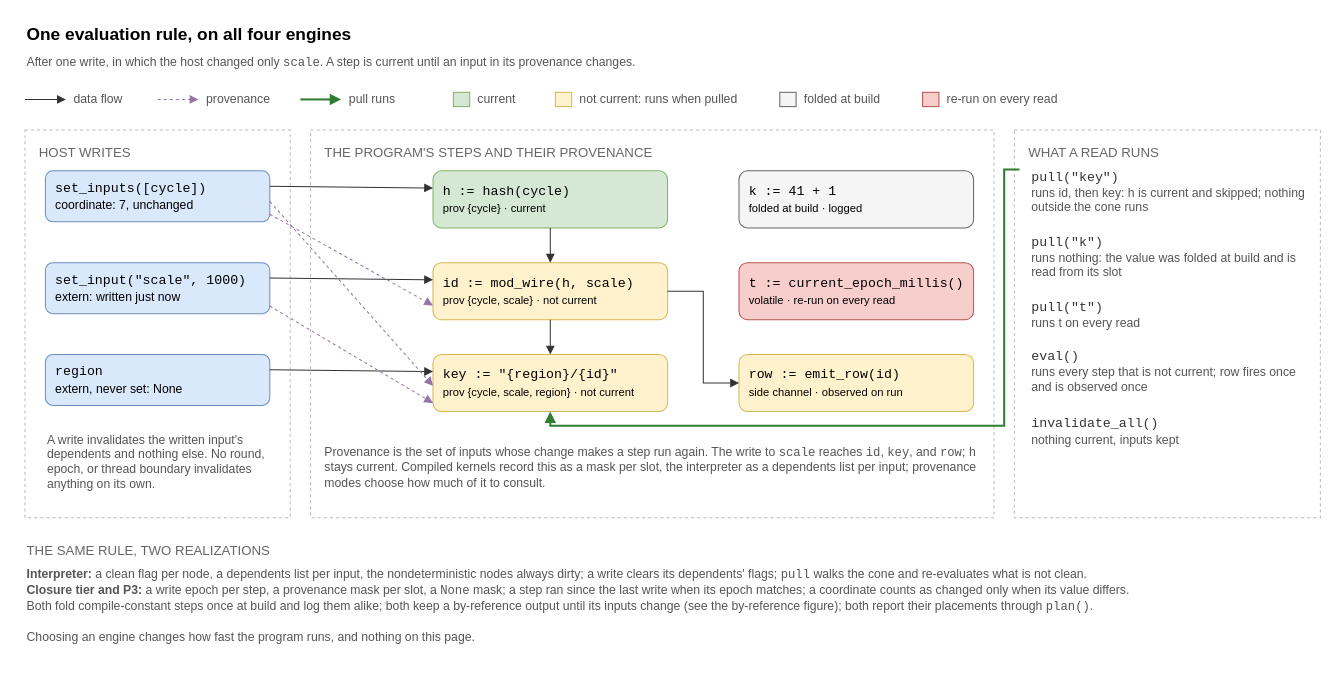
Above: crates/polydat/docs/diagrams/evaluation_rule.drawio in nosqlbench/polydat (draw.io), before the change. Source tidied: cells renumbered, new cells numbered last; positions are measured from the earlier drawing's top-left corner, leaving out a move shared by most shapes. Both pictures are drawn from the tidied source at 102%, with x=0, y=0 at pixel (24, 17).
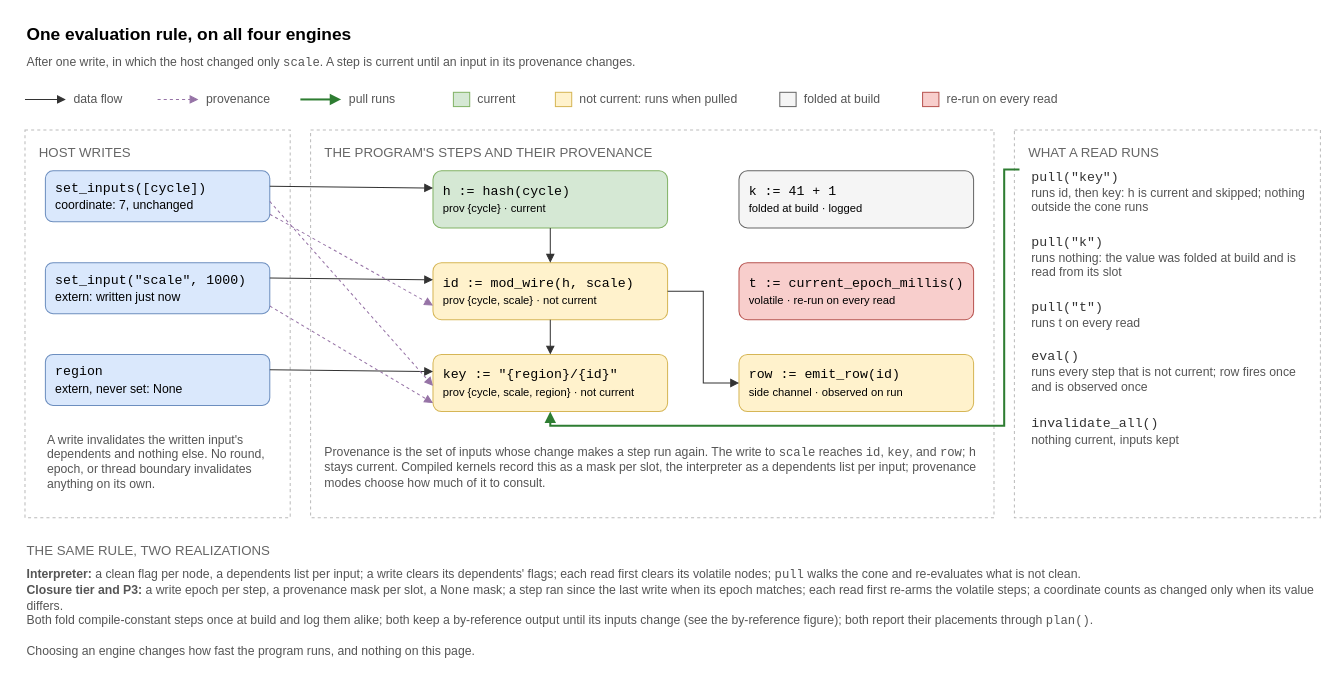
The same diagram, later.

Commit message (it also covers changes not shown here):
Align engine, evaluation, binder, comprehension, and diagram specs with the code

Change to the diagram source:
```diff
@@
-    <mxCell id="41" value="&lt;b&gt;Interpreter:&lt;/b&gt; a clean flag per node, a dependents list per input, the nondeterministic nodes always dirty; a write clears its dependents' flags; &lt;font face=&quot;Courier New&quot;&gt;pull&lt;/font&gt; walks the cone and re-evaluates what is not clean.&lt;br&gt;&lt;b&gt;Closure tier and P3:&lt;/b&gt; a write epoch per step, a provenance mask per slot, a &lt;font face=&quot;Courier New&quot;&gt;None&lt;/font&gt; mask; a step ran since the last write when its epoch matches; a coordinate counts as changed only when its value differs.&lt;br&gt;Both fold compile-constant steps once at build and log them alike; both keep a by-reference output until its inputs change (see the by-reference figure); both report their placements through &lt;font face=&quot;Courier New&quot;&gt;plan()&lt;/font&gt;.&lt;br&gt;&lt;br&gt;Choosing an engine changes how fast the program runs, and nothing on this page." style="text;html=1;align=left;verticalAlign=top;whiteSpace=wrap;fontSize=12;fontColor=#555555;" parent="1" vertex="1">
+    <mxCell id="41" value="&lt;b&gt;Interpreter:&lt;/b&gt; a clean flag per node, a dependents list per input; a write clears its dependents' flags; each read first clears its volatile nodes; &lt;font face=&quot;Courier New&quot;&gt;pull&lt;/font&gt; walks the cone and re-evaluates what is not clean.&lt;br&gt;&lt;b&gt;Closure tier and P3:&lt;/b&gt; a write epoch per step, a provenance mask per slot, a &lt;font face=&quot;Courier New&quot;&gt;None&lt;/font&gt; mask; a step ran since the last write when its epoch matches; each read first re-arms the volatile steps; a coordinate counts as changed only when its value differs.&lt;br&gt;Both fold compile-constant steps once at build and log them alike; both keep a by-reference output until its inputs change (see the by-reference figure); both report their placements through &lt;font face=&quot;Courier New&quot;&gt;plan()&lt;/font&gt;.&lt;br&gt;&lt;br&gt;Choosing an engine changes how fast the program runs, and nothing on this page." style="text;html=1;align=left;verticalAlign=top;whiteSpace=wrap;fontSize=12;fontColor=#555555;" parent="1" vertex="1">
       <mxGeometry y="532" width="1270" height="110" as="geometry" />
     </mxCell>
```
